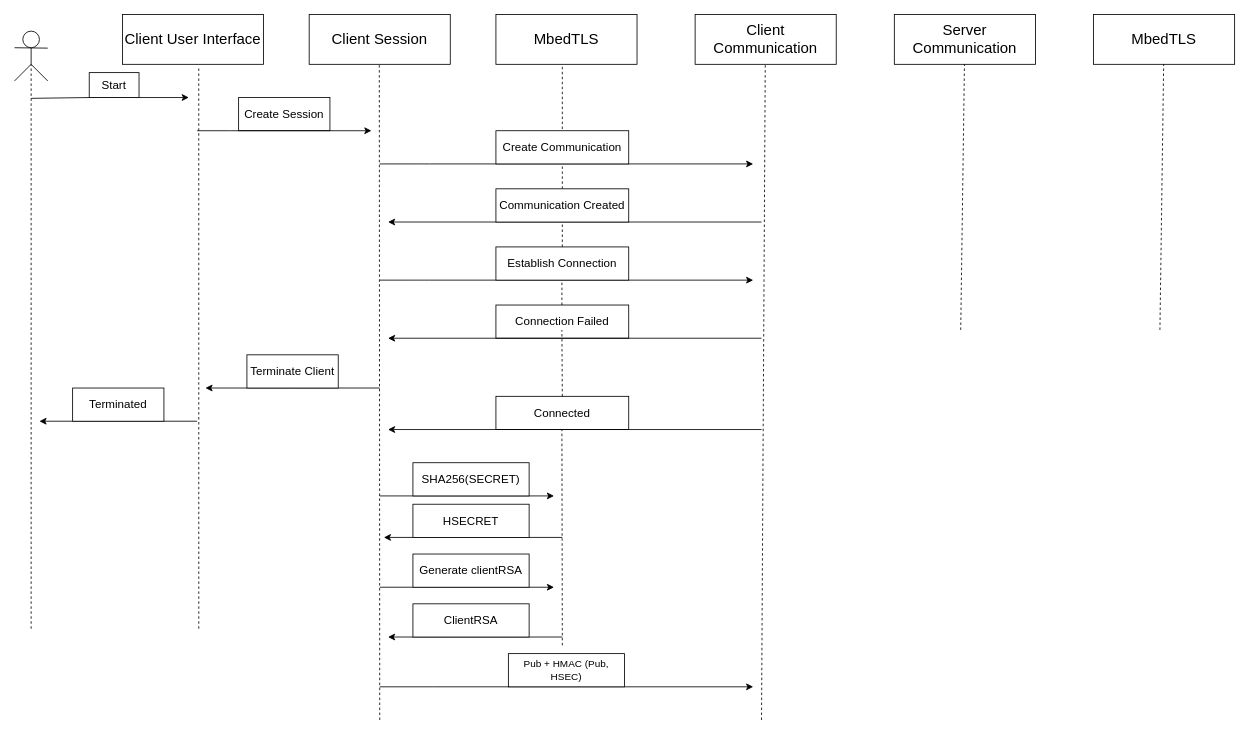
Earlier version of the draw.io diagram docs/sequence_diagram.drawio (Danielkarlsson91/Examination-project). Source tidied: cells renumbered, new cells numbered last; positions are measured from the earlier drawing's top-left corner, leaving out a move shared by most shapes. Both pictures are drawn from the tidied source at 83%, with x=0, y=0 at pixel (14, 14).
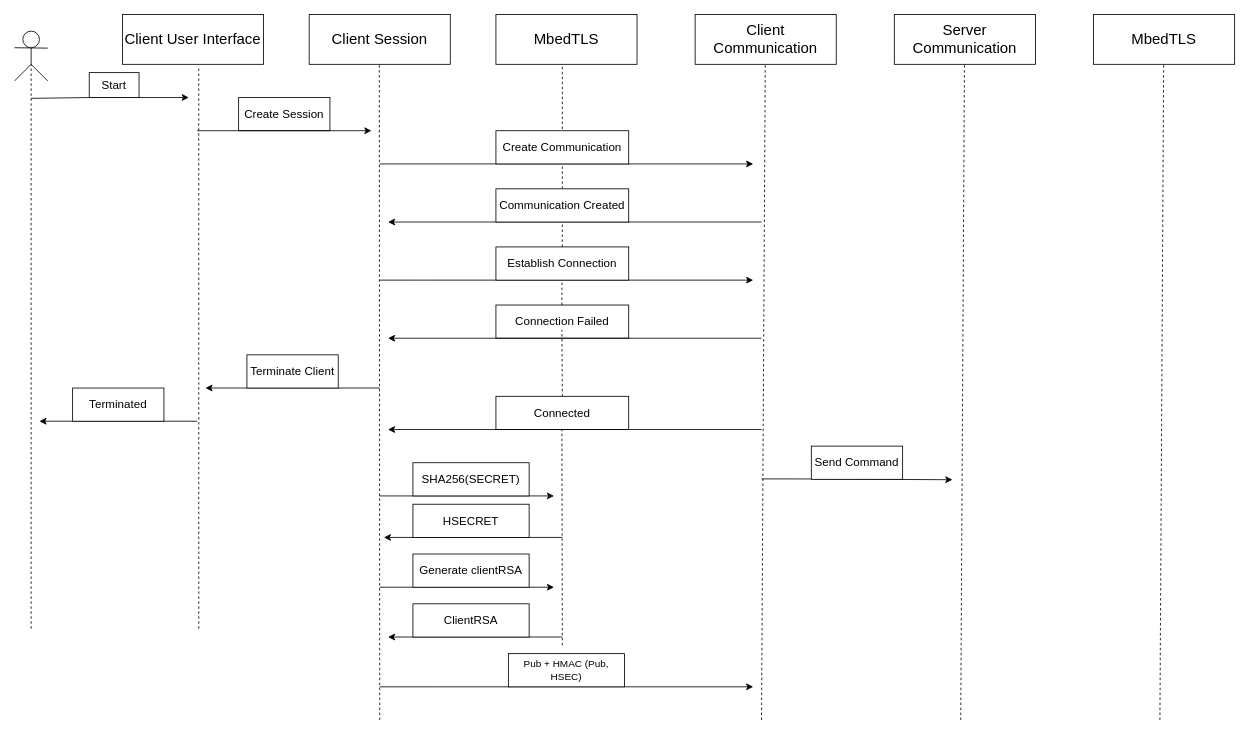
After the change.

Commit message:
Adjusted server com

Change to the diagram source:
```diff
@@
-    <mxCell id="15" style="endArrow=none;dashed=1;html=1;rounded=1;fontSize=14;targetPerimeterSpacing=0;entryX=0.541;entryY=1.033;entryDx=0;entryDy=0;entryPerimeter=0;" parent="1" edge="1">
+    <mxCell id="15" style="endArrow=none;dashed=1;html=1;rounded=1;fontSize=14;targetPerimeterSpacing=0;entryX=0.541;entryY=1.033;entryDx=0;entryDy=0;entryPerimeter=0;startArrow=none;" parent="1" edge="1">
       <mxGeometry relative="1" as="geometry">
         <mxPoint x="900" y="850" as="sourcePoint" />
         <mxPoint x="904.5" y="60" as="targetPoint" />
       </mxGeometry>
     </mxCell>
     <mxCell id="16" style="endArrow=none;dashed=1;html=1;rounded=1;fontSize=14;targetPerimeterSpacing=0;entryX=0.541;entryY=1.033;entryDx=0;entryDy=0;entryPerimeter=0;" parent="1" edge="1">
       <mxGeometry relative="1" as="geometry">
-        <mxPoint x="1140" y="380" as="sourcePoint" />
+        <mxPoint x="1140" y="850" as="sourcePoint" />
         <mxPoint x="1144.5" y="60" as="targetPoint" />
       </mxGeometry>
     </mxCell>
     <mxCell id="17" style="endArrow=none;dashed=1;html=1;rounded=1;fontSize=14;targetPerimeterSpacing=0;entryX=0.541;entryY=1.033;entryDx=0;entryDy=0;entryPerimeter=0;" parent="1" edge="1">
       <mxGeometry relative="1" as="geometry">
-        <mxPoint x="1380" y="380" as="sourcePoint" />
+        <mxPoint x="1380" y="850" as="sourcePoint" />
         <mxPoint x="1384.5" y="60" as="targetPoint" />
       </mxGeometry>
     </mxCell>
@@
+    <mxCell id="52" style="edgeStyle=none;html=1;exitX=1;exitY=0.5;exitDx=0;exitDy=0;fontSize=14;" parent="1" edge="1">
+      <mxGeometry relative="1" as="geometry">
+        <mxPoint x="900" y="559.5" as="sourcePoint" />
+        <mxPoint x="1130" y="560.5" as="targetPoint" />
+        <Array as="points">
+          <mxPoint x="950" y="559.5" />
+        </Array>
+      </mxGeometry>
+    </mxCell>
+    <mxCell id="53" value="&lt;font style=&quot;font-size: 14px;&quot;&gt;Send Command&lt;/font&gt;" style="whiteSpace=wrap;html=1;" parent="1" vertex="1">
+      <mxGeometry x="960" y="520" width="110" height="40" as="geometry" />
+    </mxCell>
```
